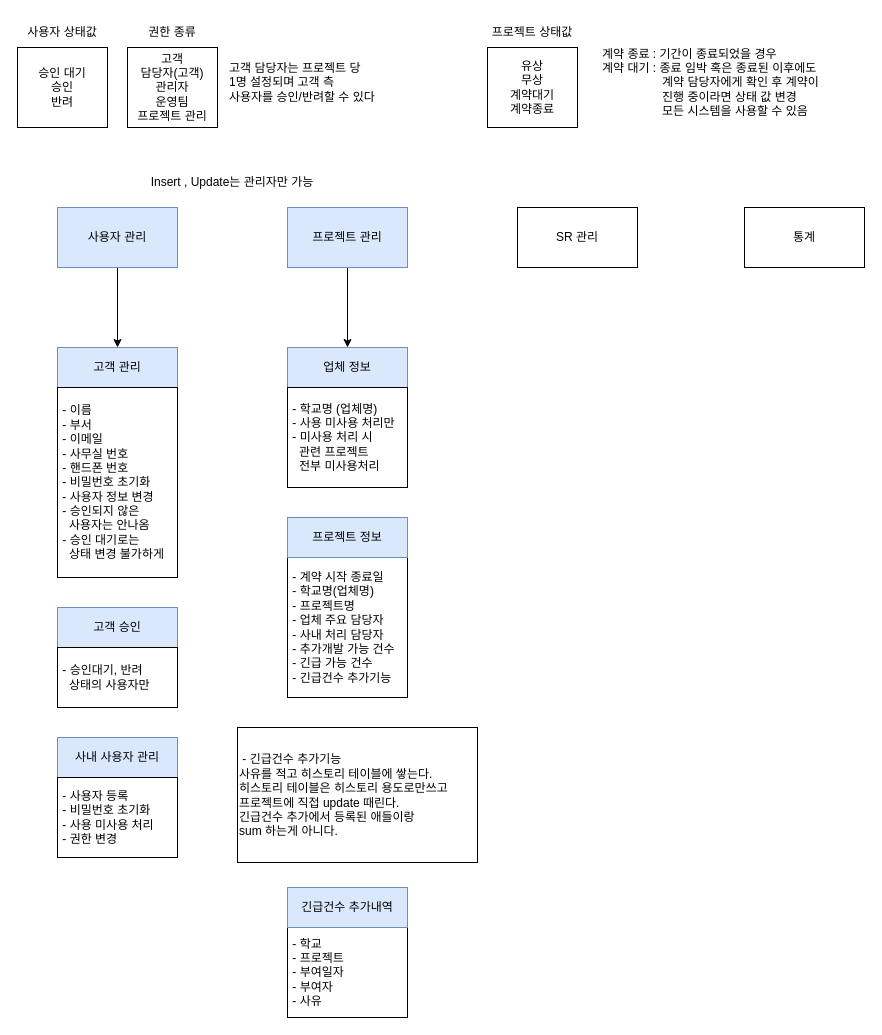
Above: page "관리자 메뉴구성" (2 of 2) of alive-ticket-flow.drawio in HAR00N/draw.io (draw.io), before the change. Source tidied: cells renumbered, new cells numbered last; positions are measured from the earlier drawing's top-left corner, leaving out a move shared by most shapes. Both pictures are drawn from the tidied source at 100%, with x=0, y=0 at pixel (17, 17).
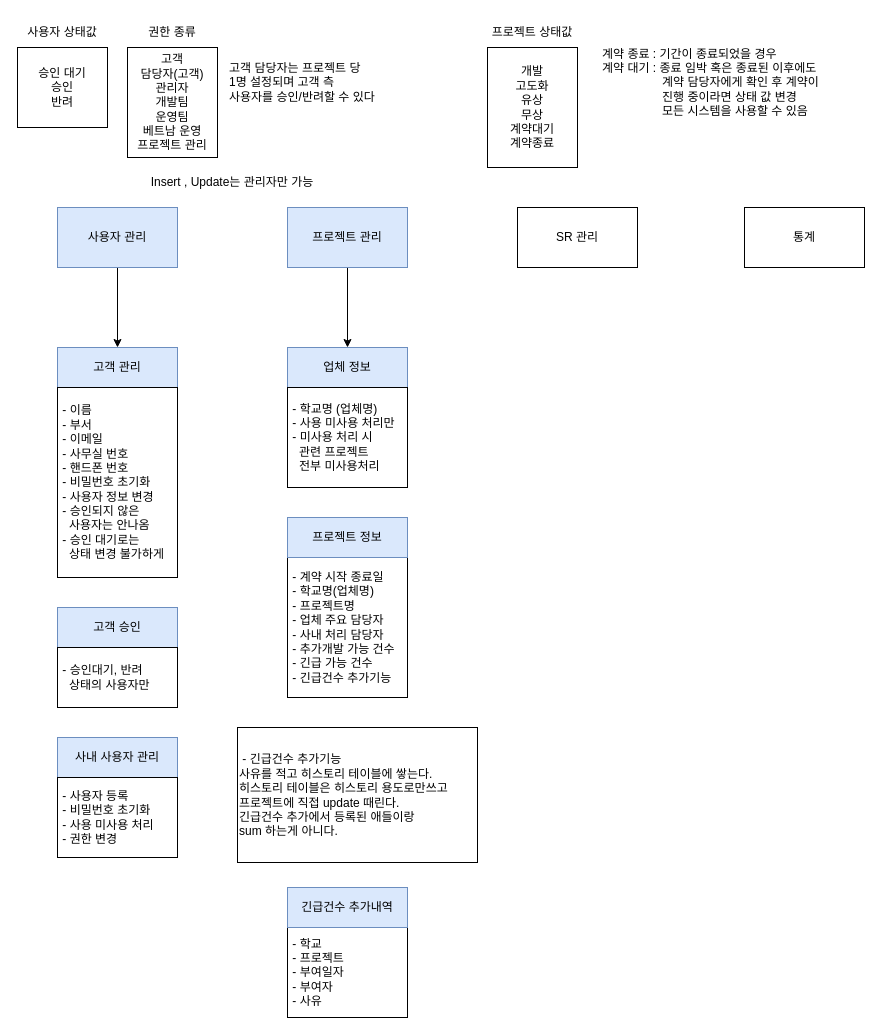
The same page after the edit.

Diff of the diagram source:
```diff
@@
-    <mxCell id="11" value="유상&lt;br&gt;무상&lt;br&gt;계약대기&lt;br&gt;계약종료" style="rounded=0;whiteSpace=wrap;html=1;" parent="1" vertex="1">
-      <mxGeometry x="470" y="30" width="90" height="80" as="geometry" />
+    <mxCell id="11" value="&lt;div&gt;개발&lt;/div&gt;&lt;div&gt;고도화&lt;/div&gt;유상&lt;br&gt;무상&lt;br&gt;계약대기&lt;br&gt;계약종료" style="rounded=0;whiteSpace=wrap;html=1;" parent="1" vertex="1">
+      <mxGeometry x="470" y="30" width="90" height="120" as="geometry" />
     </mxCell>
@@
-    <mxCell id="18" value="고객&lt;br&gt;담당자(고객)&lt;br&gt;관리자&lt;br&gt;운영팀&lt;br&gt;프로젝트 관리" style="rounded=0;whiteSpace=wrap;html=1;" parent="1" vertex="1">
-      <mxGeometry x="110" y="30" width="90" height="80" as="geometry" />
+    <mxCell id="18" value="고객&lt;br&gt;담당자(고객)&lt;br&gt;관리자&lt;div&gt;개발팀&lt;br&gt;운영팀&lt;div&gt;베트남 운영&lt;br&gt;프로젝트 관리&lt;/div&gt;&lt;/div&gt;" style="rounded=0;whiteSpace=wrap;html=1;" parent="1" vertex="1">
+      <mxGeometry x="110" y="30" width="90" height="110" as="geometry" />
     </mxCell>
```
